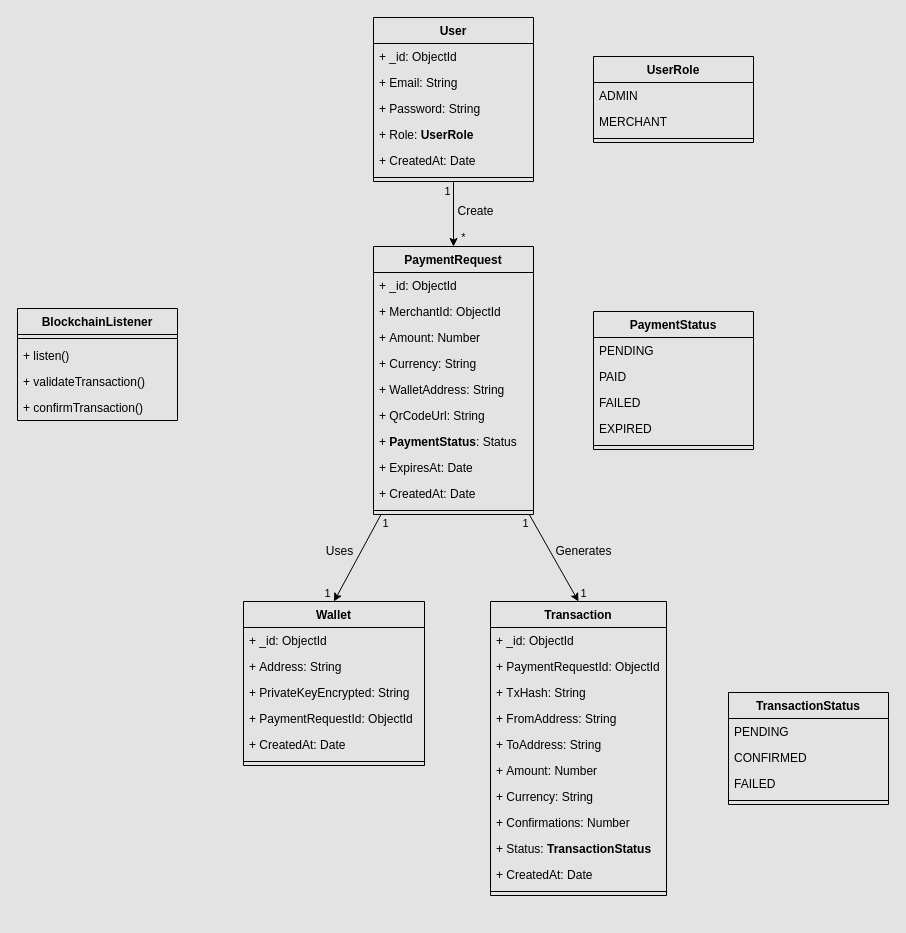
Above: UML/Class_Diagram.html.drawio in YassineElHassani/BlockWarpRift (draw.io), before the change. Source tidied: cells renumbered, new cells numbered last; positions are measured from the earlier drawing's top-left corner, leaving out a move shared by most shapes. Both pictures are drawn from the tidied source at 100%, with x=0, y=0 at pixel (17, 17).
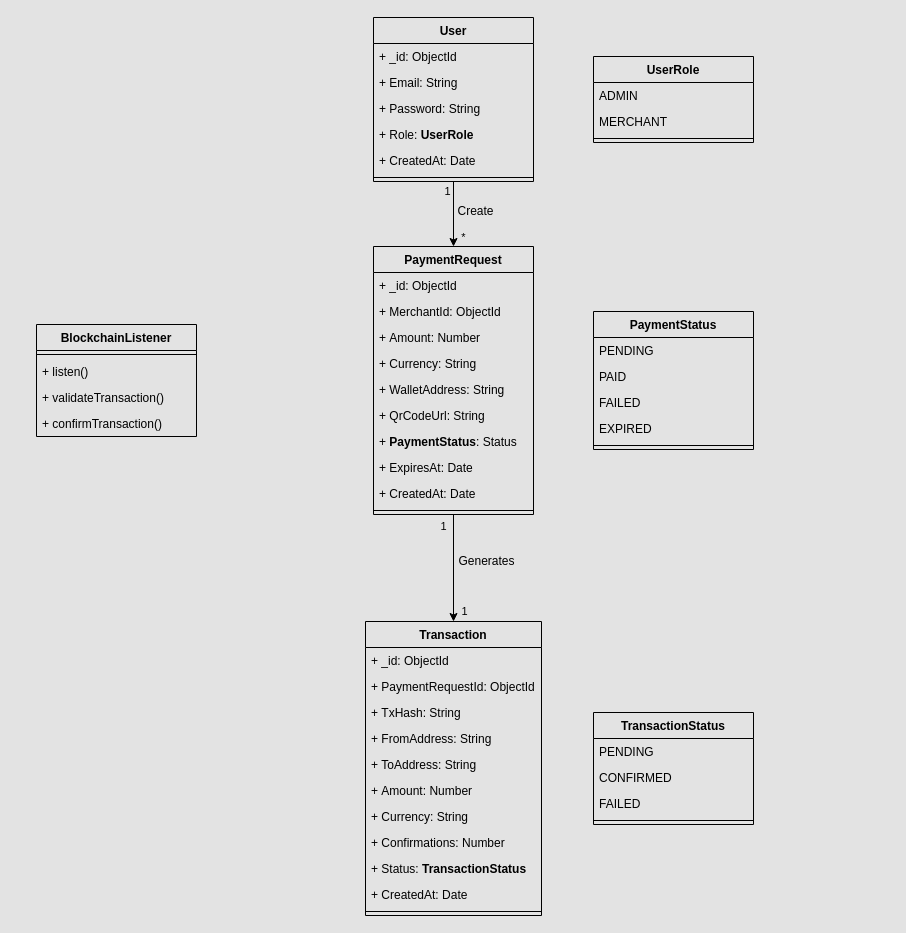
After the change.

The change refers to these unchanged cells:
```xml
<mxCell id="31" value="PaymentRequest" style="swimlane;fontStyle=1;align=center;verticalAlign=top;horizontal=1;startSize=26;whiteSpace=wrap;html=1;fillColor=none;" parent="1" vertex="1">
  <mxGeometry x="356" y="229" width="160" height="268" as="geometry" />
</mxCell>
```

Diff of the diagram source:
```diff
@@
-    <mxCell id="27" style="edgeStyle=none;html=1;entryX=0.5;entryY=0;entryDx=0;entryDy=0;" parent="1" edge="1" source="31" target="42">
-      <mxGeometry relative="1" as="geometry" />
-    </mxCell>
-    <mxCell id="28" value="1" style="edgeLabel;html=1;align=center;verticalAlign=middle;labelBackgroundColor=none;" parent="27" vertex="1">
-      <mxGeometry x="-0.82" relative="1" as="geometry">
-        <mxPoint x="8" y="1" as="offset" />
-      </mxGeometry>
-    </mxCell>
-    <mxCell id="29" value="1" style="edgeLabel;html=1;align=center;verticalAlign=middle;labelBackgroundColor=none;" parent="27" vertex="1">
-      <mxGeometry x="0.75" y="-1" relative="1" as="geometry">
-        <mxPoint x="-12" y="2" as="offset" />
-      </mxGeometry>
-    </mxCell>
-    <mxCell id="30" value="&lt;font style=&quot;font-size: 12px;&quot;&gt;Uses&lt;/font&gt;" style="edgeLabel;html=1;align=center;verticalAlign=middle;labelBackgroundColor=none;" parent="27" vertex="1">
-      <mxGeometry x="-0.16" y="-1" relative="1" as="geometry">
-        <mxPoint x="-21" as="offset" />
-      </mxGeometry>
-    </mxCell>
@@
-    <mxCell id="42" value="Wallet" style="swimlane;fontStyle=1;align=center;verticalAlign=top;horizontal=1;startSize=26;whiteSpace=wrap;html=1;fillColor=none;" parent="1" vertex="1">
-      <mxGeometry x="226" y="584" width="181" height="164" as="geometry" />
-    </mxCell>
-    <mxCell id="43" value="+&amp;nbsp;&lt;span style=&quot;color: rgb(0, 0, 0);&quot;&gt;_id:&amp;nbsp;&lt;/span&gt;ObjectId" style="text;strokeColor=none;fillColor=none;align=left;verticalAlign=top;spacingLeft=4;spacingRight=4;overflow=hidden;whiteSpace=wrap;html=1;" parent="42" vertex="1">
-      <mxGeometry y="26" width="181" height="26" as="geometry" />
-    </mxCell>
-    <mxCell id="44" value="+&amp;nbsp;&lt;span style=&quot;color: rgb(0, 0, 0);&quot;&gt;Address:&amp;nbsp;&lt;/span&gt;String" style="text;strokeColor=none;fillColor=none;align=left;verticalAlign=top;spacingLeft=4;spacingRight=4;overflow=hidden;whiteSpace=wrap;html=1;" parent="42" vertex="1">
-      <mxGeometry y="52" width="181" height="26" as="geometry" />
-    </mxCell>
-    <mxCell id="45" value="+&amp;nbsp;&lt;span style=&quot;color: rgb(0, 0, 0);&quot;&gt;PrivateKeyEncrypted:&amp;nbsp;&lt;/span&gt;String" style="text;strokeColor=none;fillColor=none;align=left;verticalAlign=top;spacingLeft=4;spacingRight=4;overflow=hidden;whiteSpace=wrap;html=1;" parent="42" vertex="1">
-      <mxGeometry y="78" width="181" height="26" as="geometry" />
-    </mxCell>
-    <mxCell id="46" value="+&amp;nbsp;&lt;span style=&quot;color: rgb(0, 0, 0);&quot;&gt;PaymentRequestId:&amp;nbsp;&lt;/span&gt;ObjectId" style="text;strokeColor=none;fillColor=none;align=left;verticalAlign=top;spacingLeft=4;spacingRight=4;overflow=hidden;whiteSpace=wrap;html=1;" parent="42" vertex="1">
-      <mxGeometry y="104" width="181" height="26" as="geometry" />
-    </mxCell>
-    <mxCell id="47" value="+&amp;nbsp;&lt;span style=&quot;color: rgb(0, 0, 0);&quot;&gt;CreatedAt:&amp;nbsp;&lt;/span&gt;Date" style="text;strokeColor=none;fillColor=none;align=left;verticalAlign=top;spacingLeft=4;spacingRight=4;overflow=hidden;whiteSpace=wrap;html=1;" parent="42" vertex="1">
-      <mxGeometry y="130" width="181" height="26" as="geometry" />
-    </mxCell>
-    <mxCell id="48" style="line;strokeWidth=1;fillColor=none;align=left;verticalAlign=middle;spacingTop=-1;spacingLeft=3;spacingRight=3;labelPosition=right;strokeColor=inherit;" parent="42" vertex="1">
-      <mxGeometry y="156" width="181" height="8" as="geometry" />
-    </mxCell>
     <mxCell id="49" value="Transaction" style="swimlane;fontStyle=1;align=center;verticalAlign=top;horizontal=1;startSize=26;whiteSpace=wrap;html=1;fillColor=none;" parent="1" vertex="1">
-      <mxGeometry x="473" y="584" width="176" height="294" as="geometry" />
+      <mxGeometry x="348" y="604" width="176" height="294" as="geometry" />
     </mxCell>
@@
     <mxCell id="61" value="TransactionStatus" style="swimlane;fontStyle=1;align=center;verticalAlign=top;horizontal=1;startSize=26;whiteSpace=wrap;html=1;fillColor=none;" parent="1" vertex="1">
-      <mxGeometry x="711" y="675" width="160" height="112" as="geometry" />
+      <mxGeometry x="576" y="695" width="160" height="112" as="geometry" />
     </mxCell>
@@
     <mxCell id="66" value="BlockchainListener" style="swimlane;fontStyle=1;align=center;verticalAlign=top;horizontal=1;startSize=26;whiteSpace=wrap;html=1;fillColor=none;" parent="1" vertex="1">
-      <mxGeometry y="291" width="160" height="112" as="geometry" />
+      <mxGeometry x="19" y="307" width="160" height="112" as="geometry" />
     </mxCell>
```
